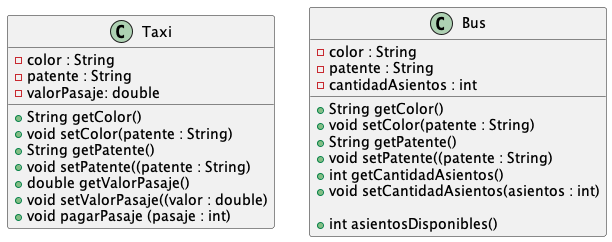
Above: out/src/uml/DesafioClaseSistemaAutomotora/DesafioClaseSistemaAutomotora.png in gaedob/TalentoDigitalAndoid (PlantUML), before the change.
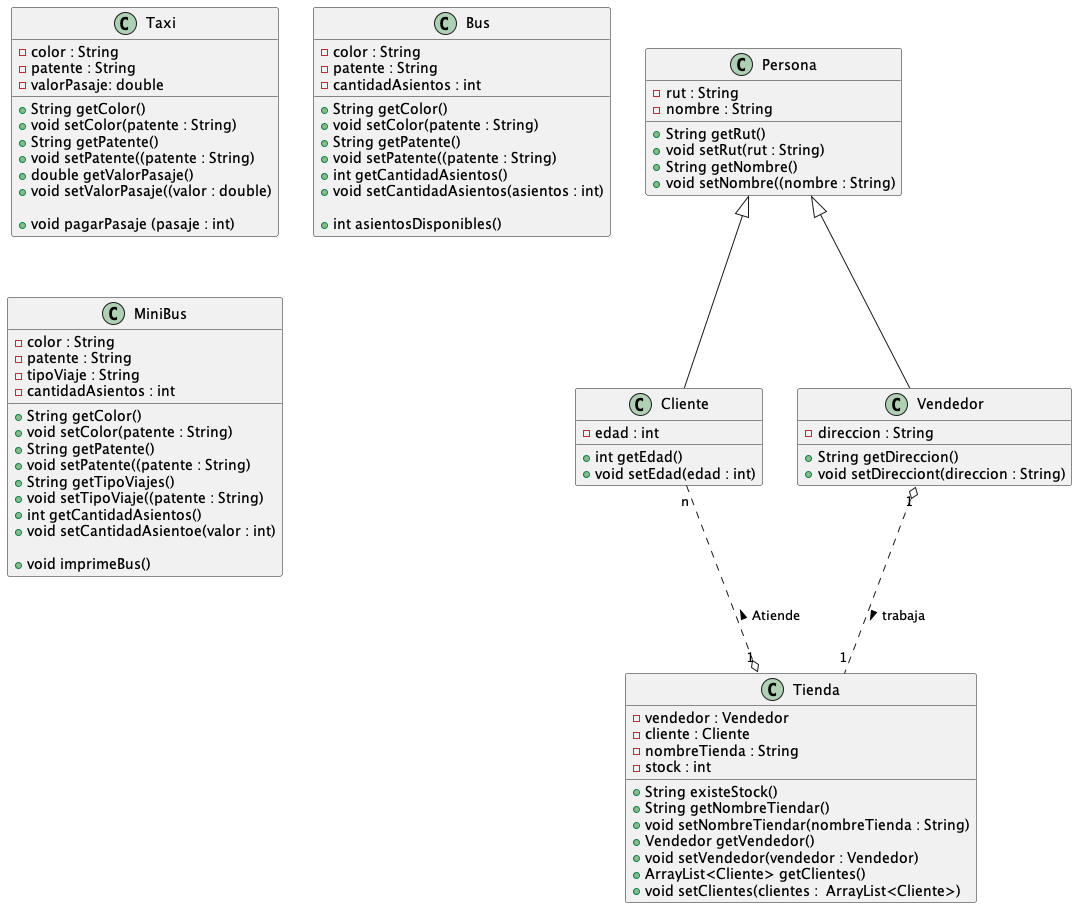
Above is the later version.

Commit message:
Desafio Clase Sistema Automotora Parte II

Diff of the diagram source:
```diff
@@ -1,4 +1,22 @@
 @startuml
+
+
+
+class Cliente  {
+    - edad : int
+    + int getEdad()
+    + void setEdad(edad : int)
+}
+
+class Vendedor  {
+    - direccion : String
+
+    + String getDireccion()
+    + void setDirecciont(direccion : String)
+}
+
+
+
 
 class Taxi {
     - color : String
@@ -11,6 +29,7 @@
     + void setPatente((patente : String)
     + double getValorPasaje()
     + void setValorPasaje((valor : double)
+
     + void pagarPasaje (pasaje : int)
 }
 
@@ -29,5 +48,55 @@
     + int asientosDisponibles()
 }
 
+class MiniBus{
+    - color : String
+    - patente : String
+    - tipoViaje : String
+    - cantidadAsientos : int
+
+    + String getColor()
+    + void setColor(patente : String)
+    + String getPatente()
+    + void setPatente((patente : String)
+    + String getTipoViajes()
+    + void setTipoViaje((patente : String)
+    + int getCantidadAsientos()
+    + void setCantidadAsientoe(valor : int)
+
+    + void imprimeBus()
+
+}
+class Persona {
+    - rut : String
+    - nombre : String
+
+    + String getRut()
+    + void setRut(rut : String)
+    + String getNombre()
+    + void setNombre((nombre : String)
+}
+
+class Tienda{
+
+    - vendedor : Vendedor
+    - cliente : Cliente
+    - nombreTienda : String
+    - stock : int
+
+    + String existeStock()
+    + String getNombreTiendar()
+    + void setNombreTiendar(nombreTienda : String)
+    + Vendedor getVendedor()
+    + void setVendedor(vendedor : Vendedor)
+    + ArrayList<Cliente> getClientes()
+    + void setClientes(clientes :  ArrayList<Cliente>)
+}
+
+Persona <|-- Cliente
+Persona <|-- Vendedor
+
+Vendedor "1" o..  "1" Tienda : > trabaja
+Cliente "n" ..o  "1" Tienda : < Atiende
+
 
 @enduml
```
